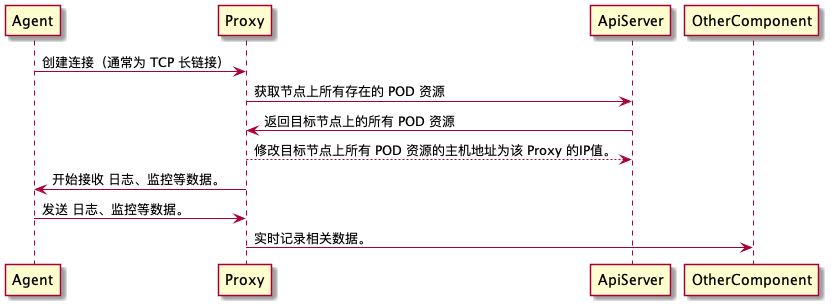
Above: docs/proxy/imgs/agent_connect_proxy.png in 99nil/diplomat (PlantUML), before the change. Source of this version:
```plantuml
@startuml

Agent -> Proxy: 创建连接（通常为 TCP 长链接）
Proxy -> ApiServer: 获取节点上所有存在的 POD 资源
ApiServer -> Proxy: 返回目标节点上的所有 POD 资源
Proxy --> ApiServer: 修改目标节点上所有 POD 资源的主机地址为该 Proxy 的IP值。
Proxy -> Agent: 开始接收 日志、监控等数据。
Agent -> Proxy: 发送 日志、监控等数据。
Proxy -> OtherComponent: 实时记录相关数据。

@enduml
```
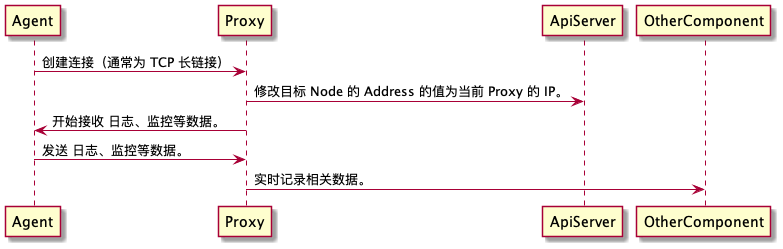
After the change.

Change to the diagram source:
```diff
@@ -1,9 +1,7 @@
 @startuml
 
 Agent -> Proxy: 创建连接（通常为 TCP 长链接）
-Proxy -> ApiServer: 获取节点上所有存在的 POD 资源
-ApiServer -> Proxy: 返回目标节点上的所有 POD 资源
-Proxy --> ApiServer: 修改目标节点上所有 POD 资源的主机地址为该 Proxy 的IP值。
+Proxy -> ApiServer: 修改目标 Node 的 Address 的值为当前 Proxy 的 IP。
 Proxy -> Agent: 开始接收 日志、监控等数据。
 Agent -> Proxy: 发送 日志、监控等数据。
 Proxy -> OtherComponent: 实时记录相关数据。
```
